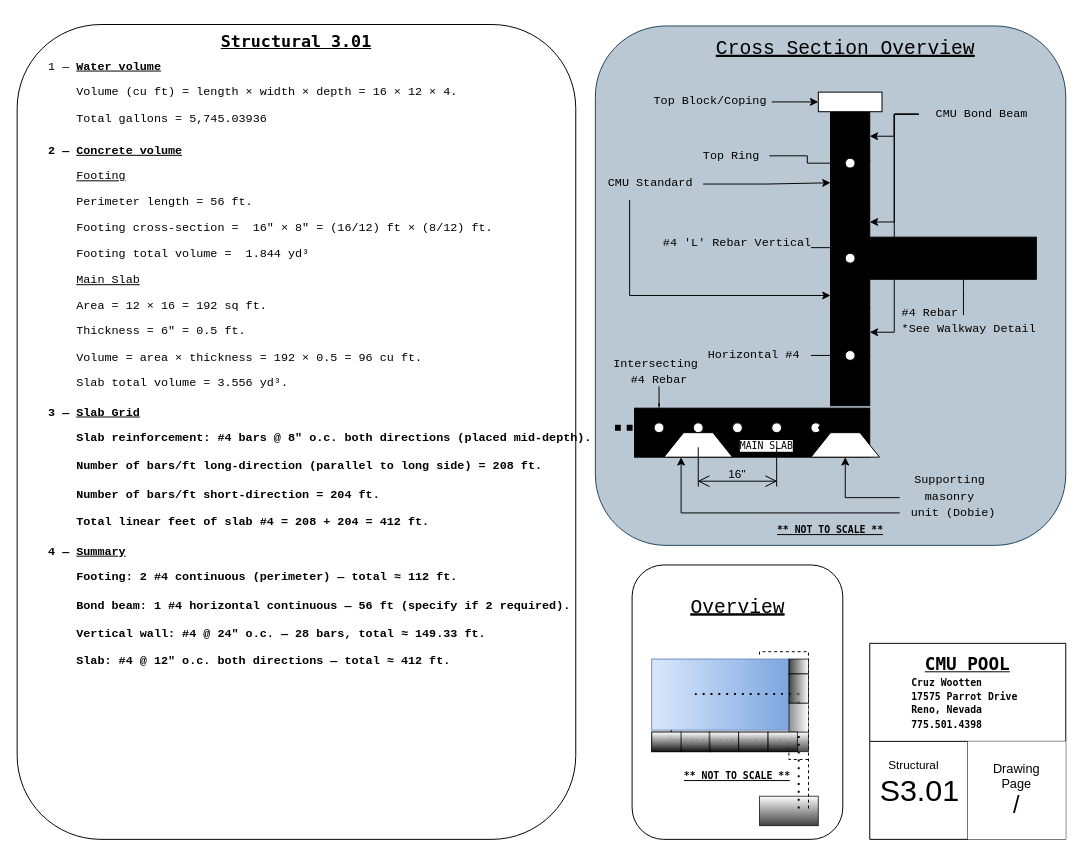
Before: S301.drawio in LilWikipedia/parrotpool, a draw.io diagram. Source tidied: cells renumbered, new cells numbered last; positions are measured from the earlier drawing's top-left corner, leaving out a move shared by most shapes. Both pictures are drawn from the tidied source at 98%, with x=0, y=0 at pixel (17, 24).
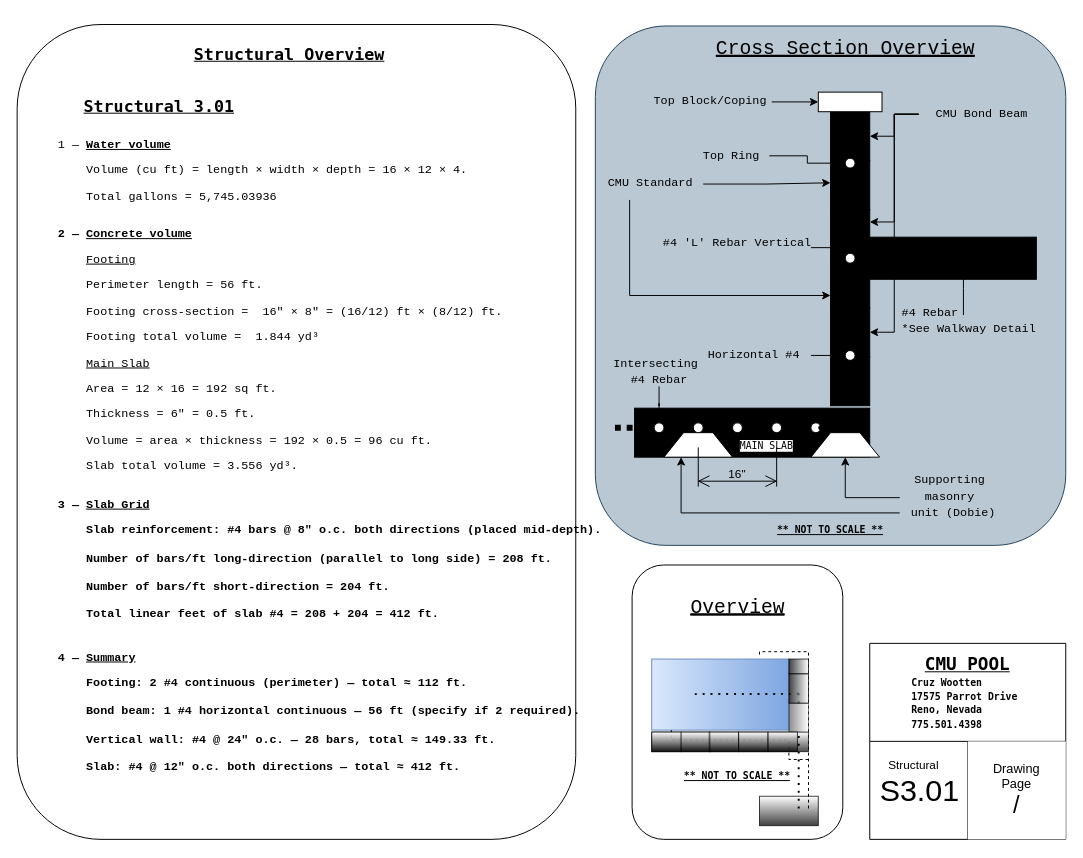
After the change.

What changed in the source:
```diff
@@
     <mxCell id="6" value="&lt;div&gt;&lt;font face=&quot;Lucida Console&quot;&gt;Structural 3.01&lt;/font&gt;&lt;/div&gt;" style="text;html=1;align=center;verticalAlign=middle;whiteSpace=wrap;rounded=0;fontStyle=5;fontSize=17;" parent="1" vertex="1">
-      <mxGeometry x="180" y="2" width="210" height="32.5" as="geometry" />
+      <mxGeometry x="40" y="68.2" width="210" height="32.5" as="geometry" />
     </mxCell>
@@
     <mxCell id="57" value="&lt;pre&gt;&lt;pre&gt;1 — &lt;b&gt;&lt;u&gt;Water volume&lt;/u&gt;&lt;/b&gt;&lt;/pre&gt;&lt;pre&gt;    Volume (cu ft) = length × width × depth = 16 × 12 × 4.&lt;/pre&gt;&lt;pre&gt;    Total gallons = 5,745.03936&lt;/pre&gt;&lt;/pre&gt;" style="text;html=1;align=left;verticalAlign=middle;whiteSpace=wrap;rounded=0;strokeColor=none;fontFamily=Helvetica;fontSize=12;fontColor=default;" parent="1" vertex="1">
-      <mxGeometry x="30" y="29.5" width="380" height="80" as="geometry" />
+      <mxGeometry x="40" y="109.5" width="380" height="80" as="geometry" />
     </mxCell>
@@
     <mxCell id="83" value="&lt;pre&gt;&lt;pre&gt;&lt;b&gt;2 — &lt;u&gt;Concrete volume&lt;/u&gt;&lt;/b&gt;&lt;/pre&gt;&lt;pre&gt;    &lt;u&gt;Footing&lt;/u&gt;&lt;/pre&gt;&lt;pre&gt;    Perimeter length = 56 ft.&lt;/pre&gt;&lt;pre&gt;    Footing cross-section =  16&quot; × 8&quot; = (16/12) ft × (8/12) ft.&lt;/pre&gt;&lt;pre&gt;    Footing total volume =  1.844 yd³&lt;/pre&gt;&lt;pre&gt;    &lt;u&gt;Main Slab&lt;/u&gt;&lt;/pre&gt;&lt;pre&gt;    Area = 12 × 16 = 192 sq ft.&lt;/pre&gt;&lt;pre&gt;    Thickness = 6&quot; = 0.5 ft.&lt;/pre&gt;&lt;pre&gt;    Volume = area × thickness = 192 × 0.5 = 96 cu ft.&lt;/pre&gt;&lt;pre&gt;    Slab total volume = 3.556 yd³.&lt;/pre&gt;&lt;/pre&gt;" style="text;html=1;align=left;verticalAlign=middle;whiteSpace=wrap;rounded=0;strokeColor=none;" parent="1" vertex="1">
-      <mxGeometry x="30" y="117" width="400" height="262.5" as="geometry" />
+      <mxGeometry x="40" y="202" width="400" height="262.5" as="geometry" />
     </mxCell>
     <mxCell id="84" value="&lt;pre&gt;&lt;pre&gt;&lt;b&gt;3 — &lt;u&gt;Slab Grid&lt;/u&gt;&lt;/b&gt;&lt;/pre&gt;&lt;pre&gt;&lt;b&gt;    Slab reinforcement: #4 bars @ 8&quot; o.c. both directions (placed mid-depth).&lt;br&gt;&lt;br&gt;    Number of bars/ft long-direction (parallel to long side) = 208 ft.&lt;br&gt;&lt;br&gt;    Number of bars/ft short-direction = 204 ft.&lt;br&gt;&lt;br&gt;    Total linear feet of slab #4 = 208 + 204 = 412 ft.&lt;br&gt;&lt;br&gt;&lt;/b&gt;&lt;/pre&gt;&lt;pre&gt;&lt;b&gt;&lt;br&gt;&lt;/b&gt;&lt;/pre&gt;&lt;/pre&gt;" style="text;html=1;align=left;verticalAlign=middle;whiteSpace=wrap;rounded=0;strokeColor=none;" parent="1" vertex="1">
-      <mxGeometry x="30" y="394.5" width="520" height="157.5" as="geometry" />
+      <mxGeometry x="40" y="488" width="520" height="157.5" as="geometry" />
     </mxCell>
     <mxCell id="85" value="&lt;pre&gt;&lt;pre&gt;&lt;b&gt;4 — &lt;u&gt;Summary&lt;/u&gt;&lt;/b&gt;&lt;/pre&gt;&lt;pre&gt;&lt;b&gt;    Footing: 2 #4 continuous (perimeter) — total ≈ 112 ft.&lt;br&gt;&lt;br&gt;    Bond beam: 1 #4 horizontal continuous — 56 ft (specify if 2 required).&lt;br&gt;&lt;br&gt;    Vertical wall: #4 @ 24&quot; o.c. — 28 bars, total ≈ 149.33 ft.&lt;br&gt;&lt;br&gt;    Slab: #4 @ 12&quot; o.c. both directions — total ≈ 412 ft.&lt;br&gt;&lt;br&gt;&lt;/b&gt;&lt;/pre&gt;&lt;pre&gt;&lt;b&gt;&lt;br&gt;&lt;/b&gt;&lt;/pre&gt;&lt;/pre&gt;" style="text;html=1;align=left;verticalAlign=middle;whiteSpace=wrap;rounded=0;strokeColor=none;" parent="1" vertex="1">
-      <mxGeometry x="30" y="509" width="475" height="211.5" as="geometry" />
+      <mxGeometry x="40" y="617" width="475" height="211.5" as="geometry" />
     </mxCell>
@@
+    <mxCell id="87" value="&lt;div&gt;&lt;font face=&quot;Lucida Console&quot;&gt;Structural Overview&lt;/font&gt;&lt;/div&gt;" style="text;html=1;align=center;verticalAlign=middle;whiteSpace=wrap;rounded=0;fontStyle=5;fontSize=17;" parent="1" vertex="1">
+      <mxGeometry x="172.5" y="14.5" width="210" height="32.5" as="geometry" />
+    </mxCell>
```
